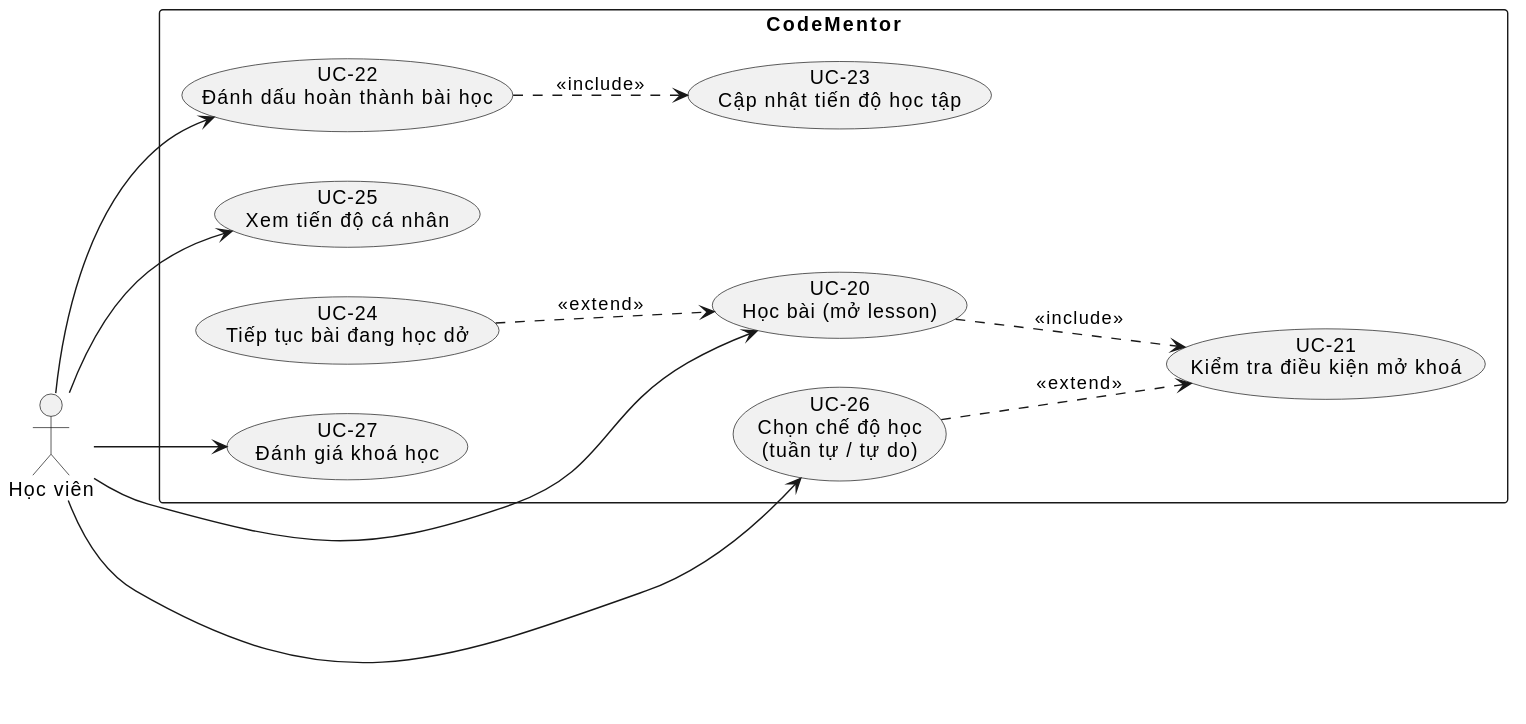
The PlantUML diagram docs/diagrams/p3-learning.svg in codementor-official/codementor-infra, before a commit.
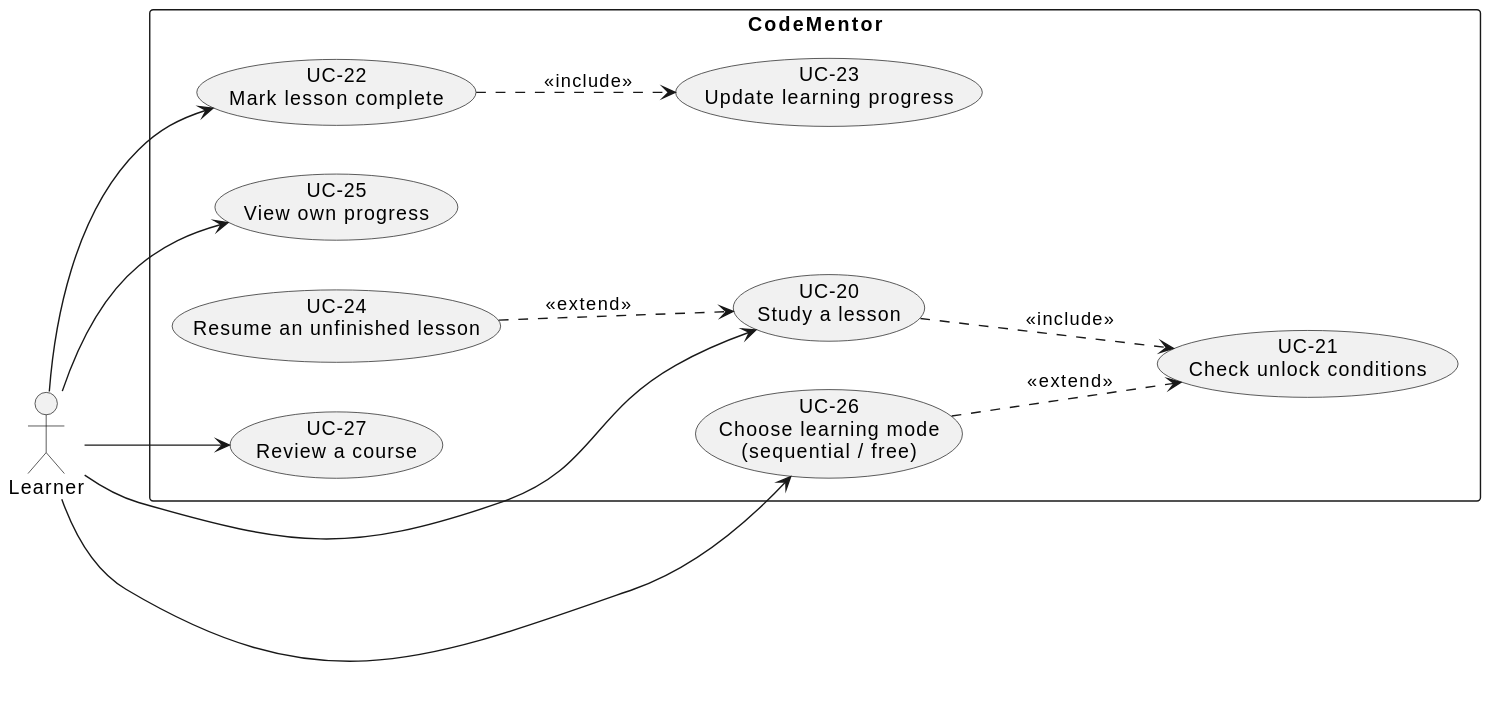
The same file after the commit.

Diff of the diagram source:
```diff
@@ -1,16 +1,16 @@
 @startuml
 left to right direction
-actor "Học viên" as Learner
+actor "Learner" as Learner
 
 rectangle "CodeMentor" {
-  usecase "UC-20\nHọc bài (mở lesson)" as UC20
-  usecase "UC-21\nKiểm tra điều kiện mở khoá" as UC21
-  usecase "UC-22\nĐánh dấu hoàn thành bài học" as UC22
-  usecase "UC-23\nCập nhật tiến độ học tập" as UC23
-  usecase "UC-24\nTiếp tục bài đang học dở" as UC24
-  usecase "UC-25\nXem tiến độ cá nhân" as UC25
-  usecase "UC-26\nChọn chế độ học\n(tuần tự / tự do)" as UC26
-  usecase "UC-27\nĐánh giá khoá học" as UC27
+  usecase "UC-20\nStudy a lesson" as UC20
+  usecase "UC-21\nCheck unlock conditions" as UC21
+  usecase "UC-22\nMark lesson complete" as UC22
+  usecase "UC-23\nUpdate learning progress" as UC23
+  usecase "UC-24\nResume an unfinished lesson" as UC24
+  usecase "UC-25\nView own progress" as UC25
+  usecase "UC-26\nChoose learning mode\n(sequential / free)" as UC26
+  usecase "UC-27\nReview a course" as UC27
 
   UC20 ..> UC21 : <<include>>
   UC22 ..> UC23 : <<include>>
```
